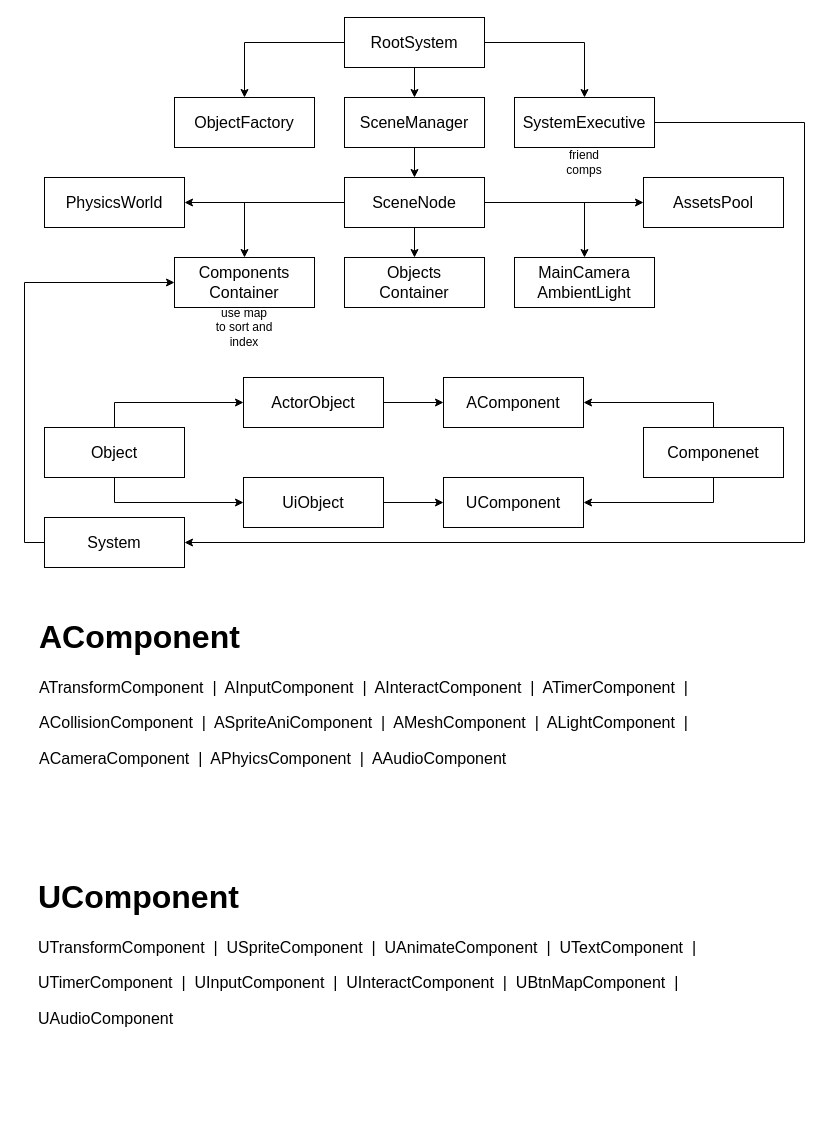
The draw.io diagram page "Overview" (2 of 7) of HycFrame3D.drawio in HIBICUS-CAI/HycFrame3D, before the edit. Source tidied: cells renumbered, new cells numbered last; positions are measured from the earlier drawing's top-left corner, leaving out a move shared by most shapes. Both pictures are drawn from the tidied source at 100%, with x=0, y=0 at pixel (33, 17).
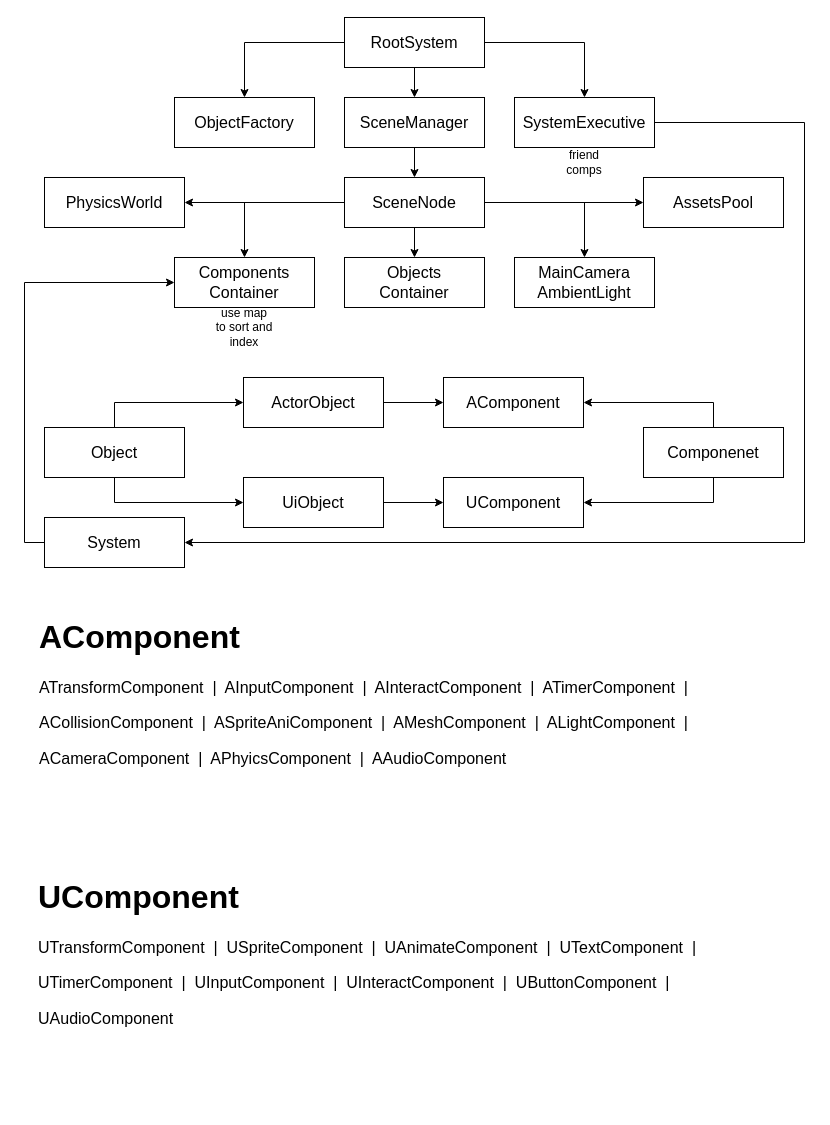
After the change.

Change to the diagram source:
```diff
@@
-    <mxCell id="33" value="&lt;h1&gt;UComponent&lt;/h1&gt;&lt;p&gt;UTransformComponent&amp;nbsp; |&amp;nbsp; USpriteComponent&amp;nbsp; |&amp;nbsp; UAnimateComponent&amp;nbsp; |&amp;nbsp; UTextComponent&amp;nbsp; |&lt;/p&gt;&lt;p&gt;UTimerComponent&amp;nbsp; |&amp;nbsp; UInputComponent&amp;nbsp; |&amp;nbsp; UInteractComponent&amp;nbsp; |&amp;nbsp; UBtnMapComponent&amp;nbsp; |&lt;/p&gt;&lt;p&gt;UAudioComponent&lt;/p&gt;" style="text;html=1;strokeColor=none;fillColor=none;spacing=5;spacingTop=-20;whiteSpace=wrap;overflow=hidden;rounded=0;fontSize=16;" parent="1" vertex="1">
+    <mxCell id="33" value="&lt;h1&gt;UComponent&lt;/h1&gt;&lt;p&gt;UTransformComponent&amp;nbsp; |&amp;nbsp; USpriteComponent&amp;nbsp; |&amp;nbsp; UAnimateComponent&amp;nbsp; |&amp;nbsp; UTextComponent&amp;nbsp; |&lt;/p&gt;&lt;p&gt;UTimerComponent&amp;nbsp; |&amp;nbsp; UInputComponent&amp;nbsp; |&amp;nbsp; UInteractComponent&amp;nbsp; |&amp;nbsp; UButtonComponent&amp;nbsp; |&lt;/p&gt;&lt;p&gt;UAudioComponent&lt;/p&gt;" style="text;html=1;strokeColor=none;fillColor=none;spacing=5;spacingTop=-20;whiteSpace=wrap;overflow=hidden;rounded=0;fontSize=16;" parent="1" vertex="1">
       <mxGeometry y="850" width="750" height="240" as="geometry" />
     </mxCell>
```
